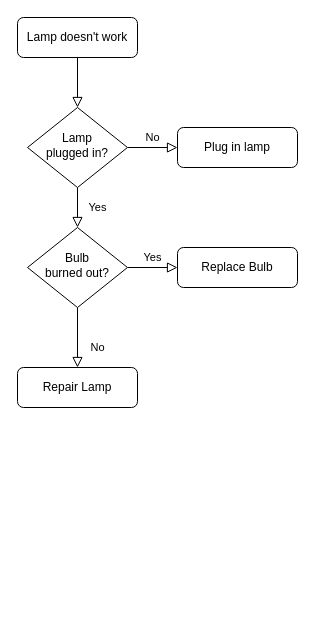
This is test001.drawio from shenyamu/threadpool, a draw.io file, before an edit. Source tidied: cells renumbered, new cells numbered last; positions are measured from the earlier drawing's top-left corner, leaving out a move shared by most shapes. Both pictures are drawn from the tidied source at 100%, with x=0, y=0 at pixel (17, 17).
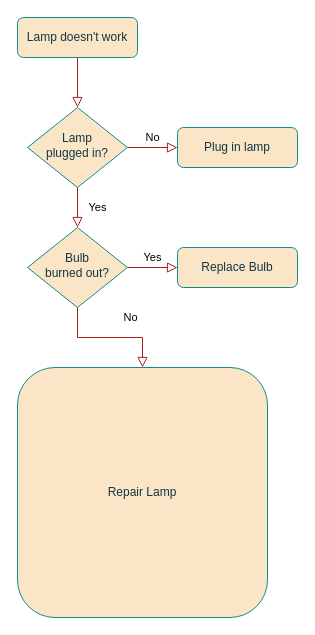
The same page after the edit.

The edit, as a diff of the source:
```diff
@@
 <mxGraphModel>
   <root>
     <mxCell id="0" />
     <mxCell id="1" parent="0" />
-    <mxCell id="2" style="rounded=0;html=1;jettySize=auto;fontSize=11;endArrow=block;endFill=0;endSize=8;strokeWidth=1;shadow=0;labelBackgroundColor=none;edgeStyle=orthogonalEdgeStyle;" parent="1" edge="1" source="3" target="6">
+    <mxCell id="2" style="rounded=0;html=1;jettySize=auto;fontSize=11;endArrow=block;endFill=0;endSize=8;strokeWidth=1;shadow=0;labelBackgroundColor=none;edgeStyle=orthogonalEdgeStyle;strokeColor=#A8201A;fontColor=default;" parent="1" edge="1" source="3" target="6">
       <mxGeometry relative="1" as="geometry" />
     </mxCell>
-    <mxCell id="3" value="Lamp doesn't work" style="rounded=1;whiteSpace=wrap;html=1;fontSize=12;glass=0;strokeWidth=1;shadow=0;" parent="1" vertex="1">
+    <mxCell id="3" value="Lamp doesn't work" style="rounded=1;whiteSpace=wrap;html=1;fontSize=12;glass=0;strokeWidth=1;shadow=0;labelBackgroundColor=none;fillColor=#FAE5C7;strokeColor=#0F8B8D;fontColor=#143642;" parent="1" vertex="1">
       <mxGeometry width="120" height="40" as="geometry" />
     </mxCell>
-    <mxCell id="4" value="Yes" style="rounded=0;html=1;jettySize=auto;fontSize=11;endArrow=block;endFill=0;endSize=8;strokeWidth=1;shadow=0;labelBackgroundColor=none;edgeStyle=orthogonalEdgeStyle;" parent="1" edge="1" source="6" target="10">
+    <mxCell id="4" value="Yes" style="rounded=0;html=1;jettySize=auto;fontSize=11;endArrow=block;endFill=0;endSize=8;strokeWidth=1;shadow=0;labelBackgroundColor=none;edgeStyle=orthogonalEdgeStyle;strokeColor=#A8201A;fontColor=default;" parent="1" edge="1" source="6" target="10">
       <mxGeometry y="20" relative="1" as="geometry" />
     </mxCell>
-    <mxCell id="5" value="No" style="edgeStyle=orthogonalEdgeStyle;rounded=0;html=1;jettySize=auto;fontSize=11;endArrow=block;endFill=0;endSize=8;strokeWidth=1;shadow=0;labelBackgroundColor=none;" parent="1" edge="1" source="6" target="7">
+    <mxCell id="5" value="No" style="edgeStyle=orthogonalEdgeStyle;rounded=0;html=1;jettySize=auto;fontSize=11;endArrow=block;endFill=0;endSize=8;strokeWidth=1;shadow=0;labelBackgroundColor=none;strokeColor=#A8201A;fontColor=default;" parent="1" edge="1" source="6" target="7">
       <mxGeometry y="10" relative="1" as="geometry" />
     </mxCell>
-    <mxCell id="6" value="Lamp&lt;br&gt;plugged in?" style="rhombus;whiteSpace=wrap;html=1;shadow=0;fontFamily=Helvetica;fontSize=12;align=center;strokeWidth=1;spacing=6;spacingTop=-4;" parent="1" vertex="1">
+    <mxCell id="6" value="Lamp&lt;br&gt;plugged in?" style="rhombus;whiteSpace=wrap;html=1;shadow=0;fontFamily=Helvetica;fontSize=12;align=center;strokeWidth=1;spacing=6;spacingTop=-4;labelBackgroundColor=none;fillColor=#FAE5C7;strokeColor=#0F8B8D;fontColor=#143642;" parent="1" vertex="1">
       <mxGeometry x="10" y="90" width="100" height="80" as="geometry" />
     </mxCell>
-    <mxCell id="7" value="Plug in lamp" style="rounded=1;whiteSpace=wrap;html=1;fontSize=12;glass=0;strokeWidth=1;shadow=0;" parent="1" vertex="1">
+    <mxCell id="7" value="Plug in lamp" style="rounded=1;whiteSpace=wrap;html=1;fontSize=12;glass=0;strokeWidth=1;shadow=0;labelBackgroundColor=none;fillColor=#FAE5C7;strokeColor=#0F8B8D;fontColor=#143642;" parent="1" vertex="1">
       <mxGeometry x="160" y="110" width="120" height="40" as="geometry" />
     </mxCell>
-    <mxCell id="8" value="No" style="rounded=0;html=1;jettySize=auto;fontSize=11;endArrow=block;endFill=0;endSize=8;strokeWidth=1;shadow=0;labelBackgroundColor=none;edgeStyle=orthogonalEdgeStyle;" parent="1" edge="1" source="10" target="11">
+    <mxCell id="8" value="No" style="rounded=0;html=1;jettySize=auto;fontSize=11;endArrow=block;endFill=0;endSize=8;strokeWidth=1;shadow=0;labelBackgroundColor=none;edgeStyle=orthogonalEdgeStyle;strokeColor=#A8201A;fontColor=default;" parent="1" edge="1" source="10" target="11">
       <mxGeometry x="0.33" y="20" relative="1" as="geometry" />
     </mxCell>
-    <mxCell id="9" value="Yes" style="edgeStyle=orthogonalEdgeStyle;rounded=0;html=1;jettySize=auto;fontSize=11;endArrow=block;endFill=0;endSize=8;strokeWidth=1;shadow=0;labelBackgroundColor=none;" parent="1" edge="1" source="10" target="12">
+    <mxCell id="9" value="Yes" style="edgeStyle=orthogonalEdgeStyle;rounded=0;html=1;jettySize=auto;fontSize=11;endArrow=block;endFill=0;endSize=8;strokeWidth=1;shadow=0;labelBackgroundColor=none;strokeColor=#A8201A;fontColor=default;" parent="1" edge="1" source="10" target="12">
       <mxGeometry y="10" relative="1" as="geometry" />
     </mxCell>
-    <mxCell id="10" value="Bulb&lt;br&gt;burned out?" style="rhombus;whiteSpace=wrap;html=1;shadow=0;fontFamily=Helvetica;fontSize=12;align=center;strokeWidth=1;spacing=6;spacingTop=-4;" parent="1" vertex="1">
+    <mxCell id="10" value="Bulb&lt;br&gt;burned out?" style="rhombus;whiteSpace=wrap;html=1;shadow=0;fontFamily=Helvetica;fontSize=12;align=center;strokeWidth=1;spacing=6;spacingTop=-4;labelBackgroundColor=none;fillColor=#FAE5C7;strokeColor=#0F8B8D;fontColor=#143642;" parent="1" vertex="1">
       <mxGeometry x="10" y="210" width="100" height="80" as="geometry" />
     </mxCell>
-    <mxCell id="11" value="Repair Lamp" style="rounded=1;whiteSpace=wrap;html=1;fontSize=12;glass=0;strokeWidth=1;shadow=0;" parent="1" vertex="1">
-      <mxGeometry y="350" width="120" height="40" as="geometry" />
+    <mxCell id="11" value="Repair Lamp" style="rounded=1;whiteSpace=wrap;html=1;fontSize=12;glass=0;strokeWidth=1;shadow=0;labelBackgroundColor=none;fillColor=#FAE5C7;strokeColor=#0F8B8D;fontColor=#143642;" parent="1" vertex="1">
+      <mxGeometry y="350" width="250" height="250" as="geometry" />
     </mxCell>
-    <mxCell id="12" value="Replace Bulb" style="rounded=1;whiteSpace=wrap;html=1;fontSize=12;glass=0;strokeWidth=1;shadow=0;" parent="1" vertex="1">
+    <mxCell id="12" value="Replace Bulb" style="rounded=1;whiteSpace=wrap;html=1;fontSize=12;glass=0;strokeWidth=1;shadow=0;labelBackgroundColor=none;fillColor=#FAE5C7;strokeColor=#0F8B8D;fontColor=#143642;" parent="1" vertex="1">
       <mxGeometry x="160" y="230" width="120" height="40" as="geometry" />
     </mxCell>
   </root>
 </mxGraphModel>
```
